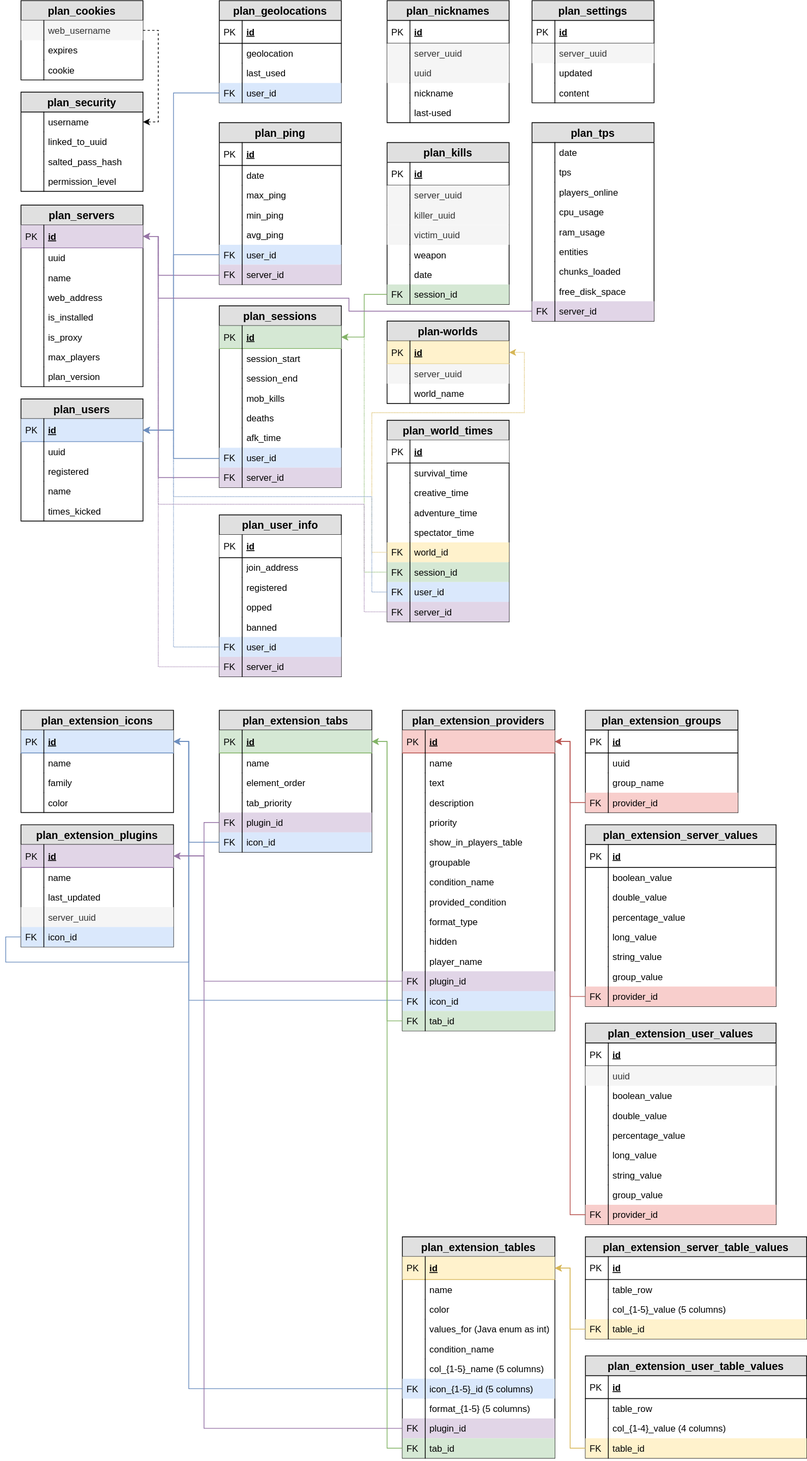
The draw.io diagram Database Schema.drawio.svg in plan-player-analytics/drawio-diagrams-storage, before a commit. Source tidied: cells renumbered, new cells last; positions are measured from the earlier drawing's top-left corner, leaving out a move shared by most shapes.
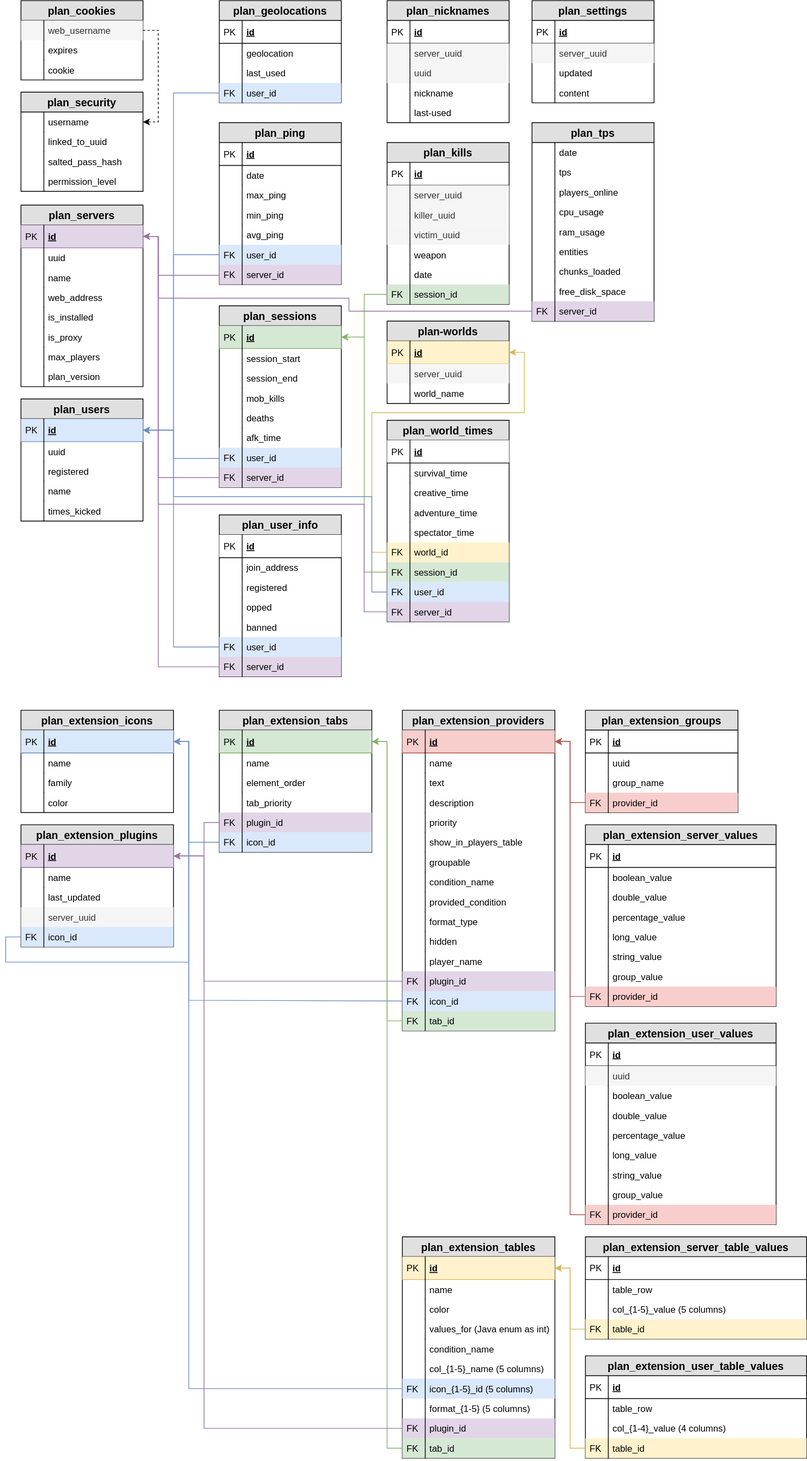
After the commit.

What changed in the source:
```diff
@@ -952,7 +952,7 @@
     <mxCell id="296" value="FK" style="shape=partialRectangle;top=0;left=0;bottom=0;fillColor=none;align=left;verticalAlign=top;spacingLeft=4;spacingRight=4;overflow=hidden;" parent="295" vertex="1">
       <mxGeometry width="30" height="26" as="geometry" />
     </mxCell>
-    <mxCell id="297" style="edgeStyle=orthogonalEdgeStyle;rounded=0;jettySize=auto;html=1;exitX=0;exitY=0.5;exitDx=0;exitDy=0;entryX=1;entryY=0.5;entryDx=0;entryDy=0;dashed=1;dashPattern=1 1;fontSize=14;fillColor=#dae8fc;strokeColor=#6c8ebf;" parent="1" edge="1" source="293" target="267">
+    <mxCell id="297" style="edgeStyle=orthogonalEdgeStyle;rounded=0;jettySize=auto;html=1;exitX=0;exitY=0.5;exitDx=0;exitDy=0;entryX=1;entryY=0.5;entryDx=0;entryDy=0;fontSize=14;fillColor=#dae8fc;strokeColor=#6c8ebf;" parent="1" edge="1" source="293" target="267">
       <mxGeometry relative="1" as="geometry">
         <Array as="points">
           <mxPoint x="220" y="847" />
@@ -960,7 +960,7 @@
         </Array>
       </mxGeometry>
     </mxCell>
-    <mxCell id="298" style="edgeStyle=orthogonalEdgeStyle;rounded=0;jettySize=auto;html=1;exitX=0;exitY=0.5;exitDx=0;exitDy=0;entryX=1;entryY=0.5;entryDx=0;entryDy=0;dashed=1;dashPattern=1 1;fontSize=14;fillColor=#e1d5e7;strokeColor=#9673a6;" parent="1" edge="1" source="295" target="232">
+    <mxCell id="298" style="edgeStyle=orthogonalEdgeStyle;rounded=0;jettySize=auto;html=1;exitX=0;exitY=0.5;exitDx=0;exitDy=0;entryX=1;entryY=0.5;entryDx=0;entryDy=0;fontSize=14;fillColor=#e1d5e7;strokeColor=#9673a6;" parent="1" edge="1" source="295" target="232">
       <mxGeometry relative="1" as="geometry">
         <Array as="points">
           <mxPoint x="200" y="873" />
@@ -1046,10 +1046,10 @@
     <mxCell id="324" value="FK" style="shape=partialRectangle;top=0;left=0;bottom=0;fillColor=none;align=left;verticalAlign=top;spacingLeft=4;spacingRight=4;overflow=hidden;" parent="323" vertex="1">
       <mxGeometry width="30" height="26" as="geometry" />
     </mxCell>
-    <mxCell id="325" style="edgeStyle=orthogonalEdgeStyle;rounded=0;jettySize=auto;html=1;exitX=0;exitY=0.5;exitDx=0;exitDy=0;entryX=1;entryY=0.5;entryDx=0;entryDy=0;dashed=1;dashPattern=1 1;fontSize=14;fillColor=#d5e8d4;strokeColor=#82b366;" parent="1" edge="1" source="319" target="250">
+    <mxCell id="325" style="edgeStyle=orthogonalEdgeStyle;rounded=0;jettySize=auto;html=1;exitX=0;exitY=0.5;exitDx=0;exitDy=0;entryX=1;entryY=0.5;entryDx=0;entryDy=0;fontSize=14;fillColor=#d5e8d4;strokeColor=#82b366;" parent="1" edge="1" source="319" target="250">
       <mxGeometry relative="1" as="geometry" />
     </mxCell>
-    <mxCell id="326" style="edgeStyle=orthogonalEdgeStyle;rounded=0;jettySize=auto;html=1;exitX=0;exitY=0.5;exitDx=0;exitDy=0;entryX=1;entryY=0.5;entryDx=0;entryDy=0;dashed=1;dashPattern=1 1;fontSize=14;fillColor=#fff2cc;strokeColor=#d6b656;" parent="1" edge="1" source="317" target="300">
+    <mxCell id="326" style="edgeStyle=orthogonalEdgeStyle;rounded=0;jettySize=auto;html=1;exitX=0;exitY=0.5;exitDx=0;exitDy=0;entryX=1;entryY=0.5;entryDx=0;entryDy=0;fontSize=14;fillColor=#fff2cc;strokeColor=#d6b656;" parent="1" edge="1" source="317" target="300">
       <mxGeometry relative="1" as="geometry">
         <Array as="points">
           <mxPoint x="480" y="723" />
@@ -1059,7 +1059,7 @@
         </Array>
       </mxGeometry>
     </mxCell>
-    <mxCell id="327" style="edgeStyle=orthogonalEdgeStyle;rounded=0;jettySize=auto;html=1;exitX=0;exitY=0.5;exitDx=0;exitDy=0;entryX=1;entryY=0.5;entryDx=0;entryDy=0;dashed=1;dashPattern=1 1;fontSize=14;fillColor=#dae8fc;strokeColor=#6c8ebf;" parent="1" edge="1" source="321" target="267">
+    <mxCell id="327" style="edgeStyle=orthogonalEdgeStyle;rounded=0;jettySize=auto;html=1;exitX=0;exitY=0.5;exitDx=0;exitDy=0;entryX=1;entryY=0.5;entryDx=0;entryDy=0;fontSize=14;fillColor=#dae8fc;strokeColor=#6c8ebf;" parent="1" edge="1" source="321" target="267">
       <mxGeometry relative="1" as="geometry">
         <Array as="points">
           <mxPoint x="480" y="775" />
@@ -1069,7 +1069,7 @@
         </Array>
       </mxGeometry>
     </mxCell>
-    <mxCell id="328" style="edgeStyle=orthogonalEdgeStyle;rounded=0;jettySize=auto;html=1;exitX=0;exitY=0.5;exitDx=0;exitDy=0;entryX=1;entryY=0.5;entryDx=0;entryDy=0;dashed=1;dashPattern=1 1;fontSize=14;fillColor=#e1d5e7;strokeColor=#9673a6;" parent="1" edge="1" source="323" target="232">
+    <mxCell id="328" style="edgeStyle=orthogonalEdgeStyle;rounded=0;jettySize=auto;html=1;exitX=0;exitY=0.5;exitDx=0;exitDy=0;entryX=1;entryY=0.5;entryDx=0;entryDy=0;fontSize=14;fillColor=#e1d5e7;strokeColor=#9673a6;" parent="1" edge="1" source="323" target="232">
       <mxGeometry relative="1" as="geometry">
         <Array as="points">
           <mxPoint x="470" y="801" />
```
